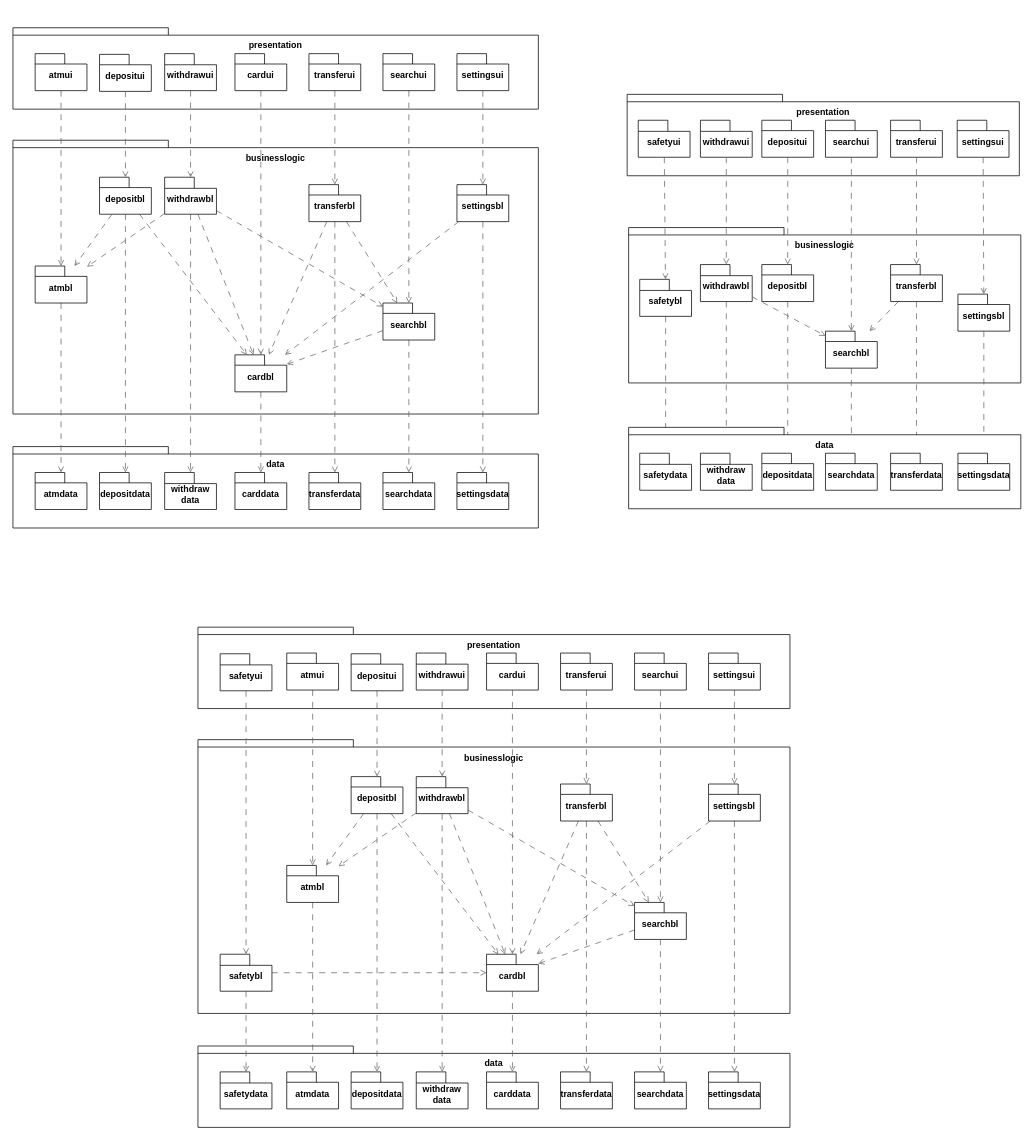
Above: page "分层包图" (5 of 5) of hw5/src/pic/Analysis.drawio in MojoisMojo/nju_-se2 (draw.io), before the change. Source tidied: cells renumbered, new cells numbered last; positions are measured from the earlier drawing's top-left corner, leaving out a move shared by most shapes. Both pictures are drawn from the tidied source at 74%, with x=0, y=0 at pixel (13, 27).
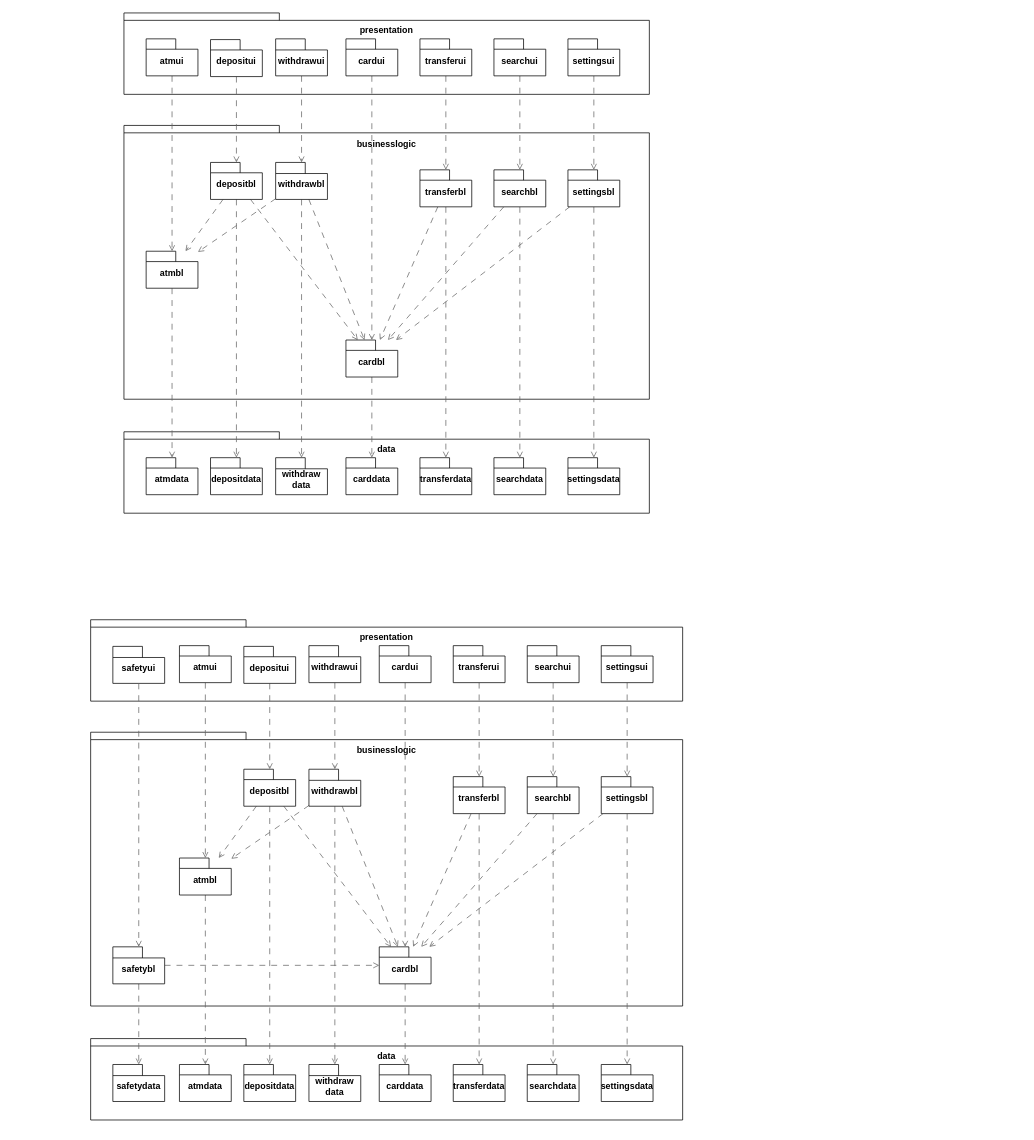
After the change.

The change refers to these unchanged cells:
```xml
<mxCell id="56" value="withdrawbl" style="shape=folder;fontStyle=1;spacingTop=10;tabWidth=40;tabHeight=15;tabPosition=left;html=1;whiteSpace=wrap;" parent="39" vertex="1">
  <mxGeometry x="205" y="202" width="70" height="50" as="geometry" />
</mxCell>
<mxCell id="64" value="transferbl" style="shape=folder;fontStyle=1;spacingTop=10;tabWidth=40;tabHeight=14;tabPosition=left;html=1;whiteSpace=wrap;" parent="39" vertex="1">
  <mxGeometry x="400" y="212" width="70" height="50" as="geometry" />
</mxCell>
<mxCell id="110" value="withdrawbl" style="shape=folder;fontStyle=1;spacingTop=10;tabWidth=40;tabHeight=15;tabPosition=left;html=1;whiteSpace=wrap;" parent="87" vertex="1">
  <mxGeometry x="295" y="202" width="70" height="50" as="geometry" />
</mxCell>
<mxCell id="118" value="transferbl" style="shape=folder;fontStyle=1;spacingTop=10;tabWidth=40;tabHeight=14;tabPosition=left;html=1;whiteSpace=wrap;" parent="87" vertex="1">
  <mxGeometry x="490" y="212" width="70" height="50" as="geometry" />
</mxCell>
```

Diff of the diagram source:
```diff
@@
-    <mxCell id="2" style="group;" parent="1" vertex="1">
-      <mxGeometry x="830" y="90" width="532" height="560" as="geometry" />
-    </mxCell>
-    <mxCell id="3" value="businesslogic&lt;div&gt;&lt;br&gt;&lt;/div&gt;&lt;div&gt;&lt;br&gt;&lt;/div&gt;&lt;div&gt;&lt;br&gt;&lt;/div&gt;&lt;div&gt;&lt;br&gt;&lt;/div&gt;&lt;div&gt;&lt;br&gt;&lt;/div&gt;&lt;div&gt;&lt;br&gt;&lt;/div&gt;&lt;div&gt;&lt;br&gt;&lt;/div&gt;&lt;div&gt;&lt;br&gt;&lt;/div&gt;&lt;div&gt;&lt;br&gt;&lt;/div&gt;&lt;div&gt;&lt;br&gt;&lt;/div&gt;&lt;div&gt;&lt;br&gt;&lt;/div&gt;&lt;div&gt;&lt;br&gt;&lt;/div&gt;" style="shape=folder;fontStyle=1;spacingTop=10;tabWidth=210;tabHeight=10;tabPosition=left;html=1;whiteSpace=wrap;" parent="2" vertex="1">
-      <mxGeometry x="2" y="180" width="530" height="210" as="geometry" />
-    </mxCell>
-    <mxCell id="4" style="group;" parent="2" vertex="1">
-      <mxGeometry width="530" height="110" as="geometry" />
-    </mxCell>
-    <mxCell id="5" value="presentation&lt;div&gt;&lt;br&gt;&lt;/div&gt;&lt;div&gt;&lt;br&gt;&lt;/div&gt;&lt;div&gt;&lt;br&gt;&lt;/div&gt;&lt;div&gt;&lt;br&gt;&lt;/div&gt;&lt;div&gt;&lt;br&gt;&lt;/div&gt;" style="shape=folder;fontStyle=1;spacingTop=10;tabWidth=210;tabHeight=10;tabPosition=left;html=1;whiteSpace=wrap;" parent="4" vertex="1">
-      <mxGeometry width="530" height="110" as="geometry" />
-    </mxCell>
-    <mxCell id="6" value="withdrawui" style="shape=folder;fontStyle=1;spacingTop=10;tabWidth=40;tabHeight=15;tabPosition=left;html=1;whiteSpace=wrap;" parent="4" vertex="1">
-      <mxGeometry x="99" y="35" width="70" height="50" as="geometry" />
-    </mxCell>
-    <mxCell id="7" value="depositui" style="shape=folder;fontStyle=1;spacingTop=10;tabWidth=40;tabHeight=14;tabPosition=left;html=1;whiteSpace=wrap;" parent="4" vertex="1">
-      <mxGeometry x="182" y="35" width="70" height="50" as="geometry" />
-    </mxCell>
-    <mxCell id="8" value="settingsui" style="shape=folder;fontStyle=1;spacingTop=10;tabWidth=40;tabHeight=14;tabPosition=left;html=1;whiteSpace=wrap;" parent="4" vertex="1">
-      <mxGeometry x="446" y="35" width="70" height="50" as="geometry" />
-    </mxCell>
-    <mxCell id="9" value="transferui" style="shape=folder;fontStyle=1;spacingTop=10;tabWidth=40;tabHeight=14;tabPosition=left;html=1;whiteSpace=wrap;" parent="4" vertex="1">
-      <mxGeometry x="356" y="35" width="70" height="50" as="geometry" />
-    </mxCell>
-    <mxCell id="10" value="searchui" style="shape=folder;fontStyle=1;spacingTop=10;tabWidth=40;tabHeight=14;tabPosition=left;html=1;whiteSpace=wrap;" parent="4" vertex="1">
-      <mxGeometry x="268" y="35" width="70" height="50" as="geometry" />
-    </mxCell>
-    <mxCell id="11" value="safetyui" style="shape=folder;fontStyle=1;spacingTop=10;tabWidth=40;tabHeight=15;tabPosition=left;html=1;whiteSpace=wrap;" parent="4" vertex="1">
-      <mxGeometry x="15" y="35" width="70" height="50" as="geometry" />
-    </mxCell>
-    <mxCell id="12" style="rounded=0;jettySize=auto;html=1;dashed=1;fillColor=#f5f5f5;strokeColor=#666666;endArrow=open;endFill=0;dashPattern=8 8;" parent="2" edge="1" source="6" target="23">
-      <mxGeometry relative="1" as="geometry" />
-    </mxCell>
-    <mxCell id="13" style="edgeStyle=none;rounded=0;jettySize=auto;html=1;dashed=1;dashPattern=8 8;strokeColor=#666666;align=center;verticalAlign=middle;fontFamily=Helvetica;fontSize=11;fontColor=default;labelBackgroundColor=default;endArrow=open;endFill=0;fillColor=#f5f5f5;" parent="2" edge="1" source="7" target="24">
-      <mxGeometry relative="1" as="geometry" />
-    </mxCell>
-    <mxCell id="14" style="edgeStyle=none;rounded=0;jettySize=auto;html=1;dashed=1;dashPattern=8 8;strokeColor=#666666;align=center;verticalAlign=middle;fontFamily=Helvetica;fontSize=11;fontColor=default;labelBackgroundColor=default;endArrow=open;endFill=0;fillColor=#f5f5f5;" parent="2" edge="1" source="10" target="28">
-      <mxGeometry relative="1" as="geometry" />
-    </mxCell>
-    <mxCell id="15" style="edgeStyle=none;rounded=0;jettySize=auto;html=1;dashed=1;dashPattern=8 8;strokeColor=#666666;align=center;verticalAlign=middle;fontFamily=Helvetica;fontSize=11;fontColor=default;labelBackgroundColor=default;endArrow=open;endFill=0;fillColor=#f5f5f5;" parent="2" edge="1" source="9" target="27">
-      <mxGeometry relative="1" as="geometry" />
-    </mxCell>
-    <mxCell id="16" style="edgeStyle=none;rounded=0;jettySize=auto;html=1;dashed=1;dashPattern=8 8;strokeColor=#666666;align=center;verticalAlign=middle;fontFamily=Helvetica;fontSize=11;fontColor=default;labelBackgroundColor=default;endArrow=open;endFill=0;fillColor=#f5f5f5;" parent="2" edge="1" source="8" target="25">
-      <mxGeometry relative="1" as="geometry" />
-    </mxCell>
-    <mxCell id="17" style="edgeStyle=none;rounded=0;jettySize=auto;html=1;dashed=1;dashPattern=8 8;strokeColor=#666666;align=center;verticalAlign=middle;fontFamily=Helvetica;fontSize=11;fontColor=default;labelBackgroundColor=default;endArrow=open;endFill=0;fillColor=#f5f5f5;" parent="2" edge="1" source="23" target="33">
-      <mxGeometry relative="1" as="geometry" />
-    </mxCell>
-    <mxCell id="18" style="edgeStyle=none;rounded=0;jettySize=auto;html=1;dashed=1;dashPattern=8 8;strokeColor=#666666;align=center;verticalAlign=middle;fontFamily=Helvetica;fontSize=11;fontColor=default;labelBackgroundColor=default;endArrow=open;endFill=0;fillColor=#f5f5f5;" parent="2" edge="1" source="24" target="34">
-      <mxGeometry relative="1" as="geometry" />
-    </mxCell>
-    <mxCell id="19" style="edgeStyle=none;rounded=0;jettySize=auto;html=1;dashed=1;dashPattern=8 8;strokeColor=#666666;align=center;verticalAlign=middle;fontFamily=Helvetica;fontSize=11;fontColor=default;labelBackgroundColor=default;endArrow=open;endFill=0;fillColor=#f5f5f5;" parent="2" edge="1" source="28" target="37">
-      <mxGeometry relative="1" as="geometry" />
-    </mxCell>
-    <mxCell id="20" style="edgeStyle=none;rounded=0;jettySize=auto;html=1;dashed=1;dashPattern=8 8;strokeColor=#666666;align=center;verticalAlign=middle;fontFamily=Helvetica;fontSize=11;fontColor=default;labelBackgroundColor=default;endArrow=open;endFill=0;fillColor=#f5f5f5;" parent="2" edge="1" source="27" target="36">
-      <mxGeometry relative="1" as="geometry" />
-    </mxCell>
-    <mxCell id="21" style="edgeStyle=none;rounded=0;jettySize=auto;html=1;dashed=1;dashPattern=8 8;strokeColor=#666666;align=center;verticalAlign=middle;fontFamily=Helvetica;fontSize=11;fontColor=default;labelBackgroundColor=default;endArrow=open;endFill=0;fillColor=#f5f5f5;" parent="2" edge="1" source="25" target="35">
-      <mxGeometry relative="1" as="geometry" />
-    </mxCell>
-    <mxCell id="22" style="edgeStyle=none;rounded=0;jettySize=auto;html=1;dashed=1;dashPattern=8 8;strokeColor=#666666;align=center;verticalAlign=middle;fontFamily=Helvetica;fontSize=11;fontColor=default;labelBackgroundColor=default;endArrow=open;endFill=0;fillColor=#f5f5f5;" parent="2" edge="1" source="23" target="28">
-      <mxGeometry relative="1" as="geometry" />
-    </mxCell>
-    <mxCell id="23" value="withdrawbl" style="shape=folder;fontStyle=1;spacingTop=10;tabWidth=40;tabHeight=15;tabPosition=left;html=1;whiteSpace=wrap;" parent="2" vertex="1">
-      <mxGeometry x="99" y="230" width="70" height="50" as="geometry" />
-    </mxCell>
-    <mxCell id="24" value="depositbl" style="shape=folder;fontStyle=1;spacingTop=10;tabWidth=40;tabHeight=14;tabPosition=left;html=1;whiteSpace=wrap;" parent="2" vertex="1">
-      <mxGeometry x="182" y="230" width="70" height="50" as="geometry" />
-    </mxCell>
-    <mxCell id="25" value="settingsbl" style="shape=folder;fontStyle=1;spacingTop=10;tabWidth=40;tabHeight=14;tabPosition=left;html=1;whiteSpace=wrap;" parent="2" vertex="1">
-      <mxGeometry x="447" y="270" width="70" height="50" as="geometry" />
-    </mxCell>
-    <mxCell id="26" style="edgeStyle=none;rounded=0;jettySize=auto;html=1;dashed=1;dashPattern=8 8;strokeColor=#666666;align=center;verticalAlign=middle;fontFamily=Helvetica;fontSize=11;fontColor=default;labelBackgroundColor=default;endArrow=open;endFill=0;fillColor=#f5f5f5;" parent="2" edge="1" source="27" target="28">
-      <mxGeometry relative="1" as="geometry" />
-    </mxCell>
-    <mxCell id="27" value="transferbl" style="shape=folder;fontStyle=1;spacingTop=10;tabWidth=40;tabHeight=14;tabPosition=left;html=1;whiteSpace=wrap;" parent="2" vertex="1">
-      <mxGeometry x="356" y="230" width="70" height="50" as="geometry" />
-    </mxCell>
-    <mxCell id="28" value="searchbl" style="shape=folder;fontStyle=1;spacingTop=10;tabWidth=40;tabHeight=14;tabPosition=left;html=1;whiteSpace=wrap;" parent="2" vertex="1">
-      <mxGeometry x="268" y="320" width="70" height="50" as="geometry" />
-    </mxCell>
-    <mxCell id="29" style="edgeStyle=none;rounded=0;jettySize=auto;html=1;dashed=1;dashPattern=8 8;strokeColor=#666666;align=center;verticalAlign=middle;fontFamily=Helvetica;fontSize=11;fontColor=default;labelBackgroundColor=default;endArrow=open;endFill=0;fillColor=#f5f5f5;" parent="2" edge="1" source="30" target="38">
-      <mxGeometry relative="1" as="geometry" />
-    </mxCell>
-    <mxCell id="30" value="safetybl" style="shape=folder;fontStyle=1;spacingTop=10;tabWidth=40;tabHeight=15;tabPosition=left;html=1;whiteSpace=wrap;" parent="2" vertex="1">
-      <mxGeometry x="17" y="250" width="70" height="50" as="geometry" />
-    </mxCell>
-    <mxCell id="31" style="edgeStyle=none;rounded=0;jettySize=auto;html=1;dashed=1;dashPattern=8 8;strokeColor=#666666;align=center;verticalAlign=middle;fontFamily=Helvetica;fontSize=11;fontColor=default;labelBackgroundColor=default;endArrow=open;endFill=0;fillColor=#f5f5f5;" parent="2" edge="1" source="11" target="30">
-      <mxGeometry relative="1" as="geometry" />
-    </mxCell>
-    <mxCell id="32" value="data&lt;div&gt;&lt;br&gt;&lt;/div&gt;&lt;div&gt;&lt;br&gt;&lt;/div&gt;&lt;div&gt;&lt;br&gt;&lt;/div&gt;&lt;div&gt;&lt;br&gt;&lt;/div&gt;&lt;div&gt;&lt;br&gt;&lt;/div&gt;" style="shape=folder;fontStyle=1;spacingTop=10;tabWidth=210;tabHeight=10;tabPosition=left;html=1;whiteSpace=wrap;" parent="2" vertex="1">
-      <mxGeometry x="2" y="450" width="530" height="110" as="geometry" />
-    </mxCell>
-    <mxCell id="33" value="withdraw&lt;div&gt;data&lt;/div&gt;" style="shape=folder;fontStyle=1;spacingTop=10;tabWidth=40;tabHeight=15;tabPosition=left;html=1;whiteSpace=wrap;" parent="2" vertex="1">
-      <mxGeometry x="99" y="485" width="70" height="50" as="geometry" />
-    </mxCell>
-    <mxCell id="34" value="depositdata" style="shape=folder;fontStyle=1;spacingTop=10;tabWidth=40;tabHeight=14;tabPosition=left;html=1;whiteSpace=wrap;" parent="2" vertex="1">
-      <mxGeometry x="182" y="485" width="70" height="50" as="geometry" />
-    </mxCell>
-    <mxCell id="35" value="settingsdata" style="shape=folder;fontStyle=1;spacingTop=10;tabWidth=40;tabHeight=14;tabPosition=left;html=1;whiteSpace=wrap;" parent="2" vertex="1">
-      <mxGeometry x="447" y="485" width="70" height="50" as="geometry" />
-    </mxCell>
-    <mxCell id="36" value="transferdata" style="shape=folder;fontStyle=1;spacingTop=10;tabWidth=40;tabHeight=14;tabPosition=left;html=1;whiteSpace=wrap;" parent="2" vertex="1">
-      <mxGeometry x="356" y="485" width="70" height="50" as="geometry" />
-    </mxCell>
-    <mxCell id="37" value="searchdata" style="shape=folder;fontStyle=1;spacingTop=10;tabWidth=40;tabHeight=14;tabPosition=left;html=1;whiteSpace=wrap;" parent="2" vertex="1">
-      <mxGeometry x="268" y="485" width="70" height="50" as="geometry" />
-    </mxCell>
-    <mxCell id="38" value="safetydata" style="shape=folder;fontStyle=1;spacingTop=10;tabWidth=40;tabHeight=15;tabPosition=left;html=1;whiteSpace=wrap;" parent="2" vertex="1">
-      <mxGeometry x="17" y="485" width="70" height="50" as="geometry" />
-    </mxCell>
     <mxCell id="39" style="group;" parent="1" vertex="1">
-      <mxGeometry width="710" height="676" as="geometry" />
+      <mxGeometry x="150" y="-20" width="710" height="676" as="geometry" />
     </mxCell>
@@
-    <mxCell id="53" style="edgeStyle=none;rounded=0;jettySize=auto;html=1;dashed=1;dashPattern=8 8;strokeColor=#666666;align=center;verticalAlign=middle;fontFamily=Helvetica;fontSize=11;fontColor=default;labelBackgroundColor=default;endArrow=open;endFill=0;fillColor=#f5f5f5;" parent="39" edge="1" source="56" target="66">
-      <mxGeometry relative="1" as="geometry" />
-    </mxCell>
@@
-    <mxCell id="62" style="edgeStyle=none;rounded=0;jettySize=auto;html=1;dashed=1;dashPattern=8 8;strokeColor=#666666;align=center;verticalAlign=middle;fontFamily=Helvetica;fontSize=11;fontColor=default;labelBackgroundColor=default;endArrow=open;endFill=0;fillColor=#f5f5f5;" parent="39" edge="1" source="64" target="66">
-      <mxGeometry relative="1" as="geometry" />
-    </mxCell>
@@
     <mxCell id="66" value="searchbl" style="shape=folder;fontStyle=1;spacingTop=10;tabWidth=40;tabHeight=14;tabPosition=left;html=1;whiteSpace=wrap;" parent="39" vertex="1">
-      <mxGeometry x="500" y="372" width="70" height="50" as="geometry" />
+      <mxGeometry x="500" y="212" width="70" height="50" as="geometry" />
     </mxCell>
@@
     <mxCell id="87" style="group;" parent="1" vertex="1">
-      <mxGeometry x="250" y="810" width="800" height="676" as="geometry" />
+      <mxGeometry x="105" y="800" width="800" height="676" as="geometry" />
     </mxCell>
@@
-    <mxCell id="107" style="edgeStyle=none;rounded=0;jettySize=auto;html=1;dashed=1;dashPattern=8 8;strokeColor=#666666;align=center;verticalAlign=middle;fontFamily=Helvetica;fontSize=11;fontColor=default;labelBackgroundColor=default;endArrow=open;endFill=0;fillColor=#f5f5f5;" parent="87" edge="1" source="110" target="120">
-      <mxGeometry relative="1" as="geometry" />
-    </mxCell>
@@
-    <mxCell id="116" style="edgeStyle=none;rounded=0;jettySize=auto;html=1;dashed=1;dashPattern=8 8;strokeColor=#666666;align=center;verticalAlign=middle;fontFamily=Helvetica;fontSize=11;fontColor=default;labelBackgroundColor=default;endArrow=open;endFill=0;fillColor=#f5f5f5;" parent="87" edge="1" source="118" target="120">
-      <mxGeometry relative="1" as="geometry" />
-    </mxCell>
@@
     <mxCell id="120" value="searchbl" style="shape=folder;fontStyle=1;spacingTop=10;tabWidth=40;tabHeight=14;tabPosition=left;html=1;whiteSpace=wrap;" parent="87" vertex="1">
-      <mxGeometry x="590" y="372" width="70" height="50" as="geometry" />
+      <mxGeometry x="590" y="212" width="70" height="50" as="geometry" />
     </mxCell>
```
